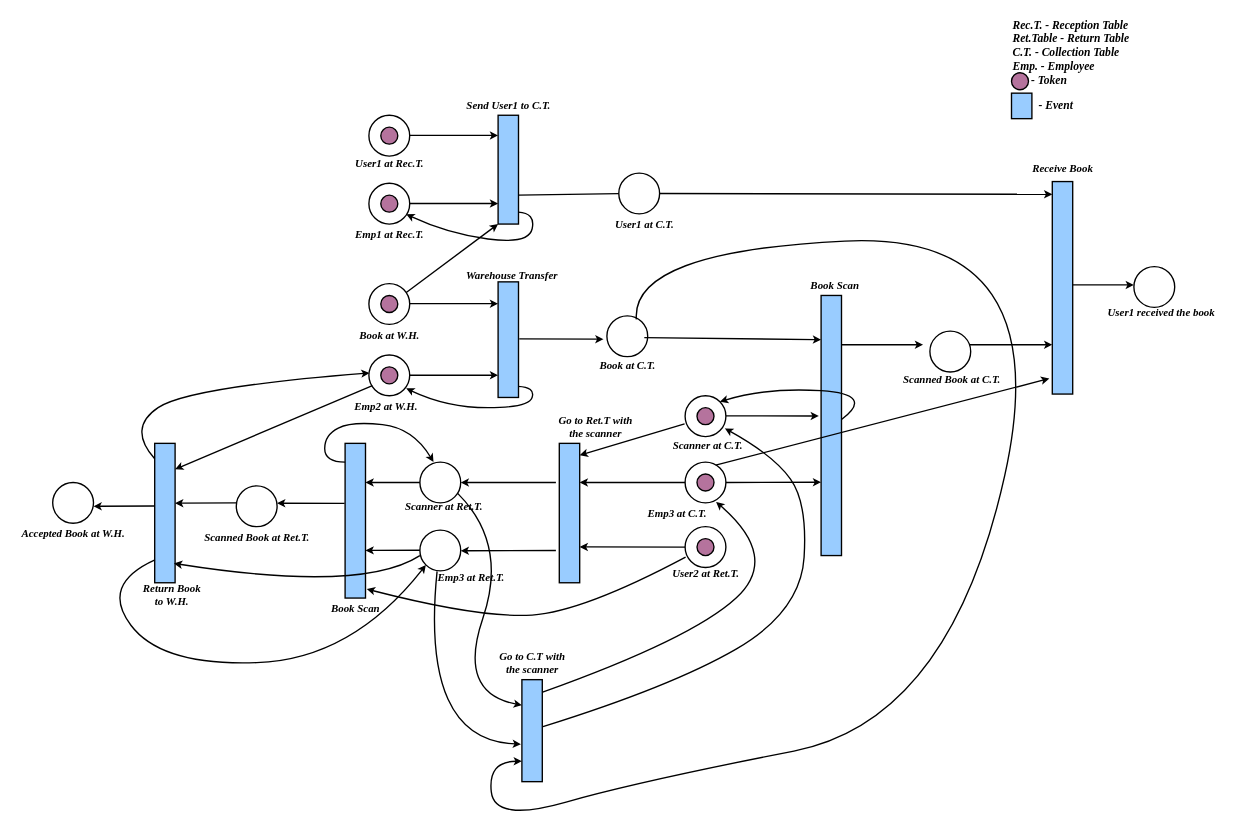
Above: embedded.drawio in Sachini007/Neural-Network-Architecture-Diagrams (draw.io), before the change. Source tidied: cells renumbered, new cells numbered last; positions are measured from the earlier drawing's top-left corner, leaving out a move shared by most shapes. Both pictures are drawn from the tidied source at 68%, with x=0, y=0 at pixel (12, 12).
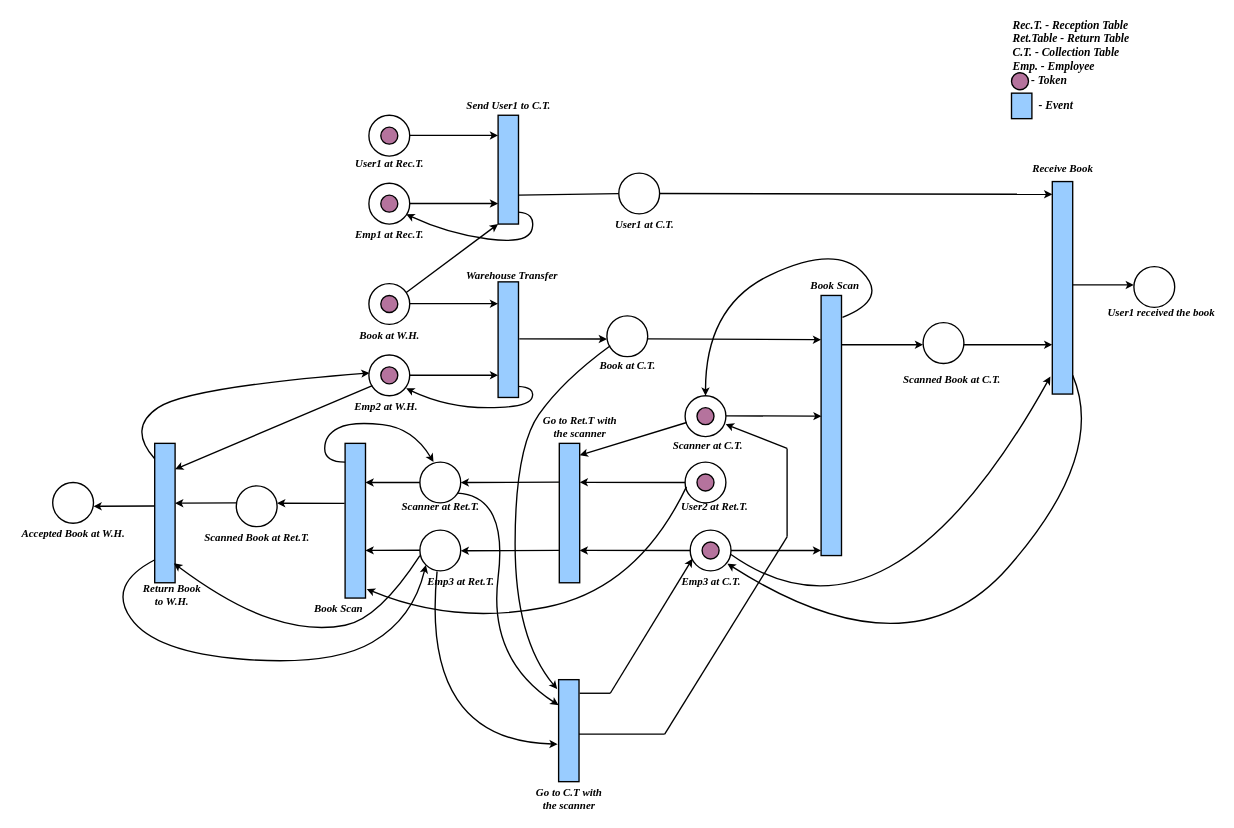
The same page after the edit.

The change refers to these unchanged cells:
```xml
<mxCell id="4" style="rounded=0;whiteSpace=wrap;html=1;fillColor=#99CCFF;fillStyle=solid;strokeWidth=2;" parent="1" vertex="1">
  <mxGeometry x="715" y="397" width="30" height="170" as="geometry" />
</mxCell>
<mxCell id="17" style="ellipse;whiteSpace=wrap;html=1;strokeWidth=2;" parent="1" vertex="1">
  <mxGeometry x="875" y="447" width="60" height="60" as="geometry" />
</mxCell>
<mxCell id="18" style="rounded=0;whiteSpace=wrap;html=1;fillColor=#99CCFF;fillStyle=solid;strokeWidth=2;" parent="1" vertex="1">
  <mxGeometry x="1530" y="249.5" width="30" height="312.5" as="geometry" />
</mxCell>
<mxCell id="24" style="rounded=0;whiteSpace=wrap;html=1;fillColor=#99CCFF;fillStyle=solid;strokeWidth=2;" parent="1" vertex="1">
  <mxGeometry x="1190" y="417" width="30" height="382.5" as="geometry" />
</mxCell>
<mxCell id="25" style="ellipse;whiteSpace=wrap;html=1;strokeWidth=2;" parent="1" vertex="1">
  <mxGeometry x="990" y="564.5" width="60" height="60" as="geometry" />
</mxCell>
<mxCell id="33" style="rounded=0;whiteSpace=wrap;html=1;fillColor=#99CCFF;fillStyle=solid;strokeWidth=2;" parent="1" vertex="1">
  <mxGeometry x="805" y="634.5" width="30" height="205" as="geometry" />
</mxCell>
<mxCell id="37" style="ellipse;whiteSpace=wrap;html=1;strokeWidth=2;" parent="1" vertex="1">
  <mxGeometry x="600" y="662" width="60" height="60" as="geometry" />
</mxCell>
<mxCell id="39" style="ellipse;whiteSpace=wrap;html=1;strokeWidth=2;" parent="1" vertex="1">
  <mxGeometry x="600" y="762" width="60" height="60" as="geometry" />
</mxCell>
<mxCell id="43" style="rounded=0;whiteSpace=wrap;html=1;fillColor=#99CCFF;fillStyle=solid;strokeWidth=2;" parent="1" vertex="1">
  <mxGeometry x="210" y="634.5" width="30" height="205" as="geometry" />
</mxCell>
<mxCell id="46" style="rounded=0;whiteSpace=wrap;html=1;fillColor=#99CCFF;fillStyle=solid;strokeWidth=2;" parent="1" vertex="1">
  <mxGeometry x="490" y="634.5" width="30" height="227.5" as="geometry" />
</mxCell>
```

Diff of the diagram source:
```diff
@@
-    <mxCell id="16" style="endArrow=classic;html=1;rounded=0;strokeWidth=2;exitX=1.038;exitY=0.493;exitDx=0;exitDy=0;exitPerimeter=0;" parent="1" edge="1" source="4">
-      <mxGeometry relative="1" as="geometry">
-        <mxPoint x="870" y="481.3" as="targetPoint" />
-      </mxGeometry>
+    <mxCell id="16" style="endArrow=classic;html=1;rounded=0;strokeWidth=2;exitX=1.038;exitY=0.493;exitDx=0;exitDy=0;exitPerimeter=0;entryX=0.001;entryY=0.568;entryDx=0;entryDy=0;entryPerimeter=0;" parent="1" edge="1" source="4" target="17">
+      <mxGeometry relative="1" as="geometry" />
     </mxCell>
@@
-    <mxCell id="19" style="endArrow=classic;html=1;rounded=0;entryX=0;entryY=0.17;entryDx=0;entryDy=0;entryPerimeter=0;strokeWidth=2;" parent="1" edge="1" target="24">
-      <mxGeometry relative="1" as="geometry">
-        <mxPoint x="930" y="479.1" as="sourcePoint" />
-      </mxGeometry>
+    <mxCell id="19" style="endArrow=classic;html=1;rounded=0;entryX=0;entryY=0.17;entryDx=0;entryDy=0;entryPerimeter=0;strokeWidth=2;exitX=1.003;exitY=0.565;exitDx=0;exitDy=0;exitPerimeter=0;" parent="1" edge="1" source="17" target="24">
+      <mxGeometry relative="1" as="geometry" />
     </mxCell>
@@
     <mxCell id="26" style="ellipse;whiteSpace=wrap;html=1;strokeWidth=2;" parent="1" vertex="1">
-      <mxGeometry x="990" y="662" width="60" height="60" as="geometry" />
+      <mxGeometry x="997.5" y="762" width="60" height="60" as="geometry" />
     </mxCell>
-    <mxCell id="27" style="endArrow=classic;html=1;rounded=0;entryX=-0.111;entryY=0.247;entryDx=0;entryDy=0;entryPerimeter=0;strokeWidth=2;" parent="1" edge="1">
+    <mxCell id="27" style="endArrow=classic;html=1;rounded=0;entryX=0.024;entryY=0.464;entryDx=0;entryDy=0;entryPerimeter=0;strokeWidth=2;" parent="1" edge="1" target="24">
       <mxGeometry relative="1" as="geometry">
         <mxPoint x="1050" y="594" as="sourcePoint" />
-        <mxPoint x="1186.7" y="594.2" as="targetPoint" />
       </mxGeometry>
     </mxCell>
-    <mxCell id="28" style="endArrow=classic;html=1;rounded=0;entryX=-0.111;entryY=0.247;entryDx=0;entryDy=0;entryPerimeter=0;exitX=1;exitY=0.5;exitDx=0;exitDy=0;strokeWidth=2;" parent="1" edge="1" source="26">
+    <mxCell id="28" style="endArrow=classic;html=1;rounded=0;exitX=1;exitY=0.5;exitDx=0;exitDy=0;strokeWidth=2;" parent="1" edge="1" source="26">
       <mxGeometry relative="1" as="geometry">
-        <mxPoint x="1190" y="691.7" as="targetPoint" />
+        <mxPoint x="1190" y="792" as="targetPoint" />
       </mxGeometry>
     </mxCell>
@@
     <mxCell id="30" style="ellipse;whiteSpace=wrap;html=1;fillColor=#B5739D;strokeWidth=2;" parent="1" vertex="1">
-      <mxGeometry x="1007.5" y="679.5" width="25" height="25" as="geometry" />
+      <mxGeometry x="1015" y="779.5" width="25" height="25" as="geometry" />
     </mxCell>
-    <mxCell id="31" style="endArrow=classic;html=1;rounded=0;strokeWidth=2;exitX=0;exitY=0.5;exitDx=0;exitDy=0;" parent="1" edge="1" source="26">
-      <mxGeometry relative="1" as="geometry">
-        <mxPoint x="835" y="692" as="targetPoint" />
-      </mxGeometry>
+    <mxCell id="31" style="endArrow=classic;html=1;rounded=0;strokeWidth=2;exitX=0;exitY=0.5;exitDx=0;exitDy=0;entryX=0.999;entryY=0.768;entryDx=0;entryDy=0;entryPerimeter=0;" parent="1" edge="1" source="26" target="33">
+      <mxGeometry relative="1" as="geometry" />
     </mxCell>
-    <mxCell id="32" style="endArrow=classic;html=1;rounded=0;strokeWidth=2;startArrow=none;exitX=-0.013;exitY=0.687;exitDx=0;exitDy=0;exitPerimeter=0;" parent="1" edge="1" source="25">
+    <mxCell id="32" style="endArrow=classic;html=1;rounded=0;strokeWidth=2;startArrow=none;exitX=0.038;exitY=0.655;exitDx=0;exitDy=0;exitPerimeter=0;" parent="1" edge="1" source="25">
       <mxGeometry relative="1" as="geometry">
         <mxPoint x="835" y="652" as="targetPoint" />
       </mxGeometry>
     </mxCell>
@@
     <mxCell id="34" style="ellipse;whiteSpace=wrap;html=1;strokeWidth=2;" parent="1" vertex="1">
-      <mxGeometry x="990" y="757" width="60" height="60" as="geometry" />
+      <mxGeometry x="990" y="662" width="60" height="60" as="geometry" />
     </mxCell>
     <mxCell id="35" style="ellipse;whiteSpace=wrap;html=1;fillColor=#B5739D;strokeWidth=2;" parent="1" vertex="1">
-      <mxGeometry x="1007.5" y="774.5" width="25" height="25" as="geometry" />
+      <mxGeometry x="1007.5" y="679.5" width="25" height="25" as="geometry" />
     </mxCell>
     <mxCell id="36" style="endArrow=classic;html=1;rounded=0;strokeWidth=2;exitX=0;exitY=0.5;exitDx=0;exitDy=0;" parent="1" edge="1" source="34">
       <mxGeometry relative="1" as="geometry">
-        <mxPoint x="835" y="786.8" as="targetPoint" />
+        <mxPoint x="835" y="691.8" as="targetPoint" />
       </mxGeometry>
     </mxCell>
@@
-    <mxCell id="38" style="endArrow=classic;html=1;rounded=0;strokeWidth=2;" parent="1" edge="1">
+    <mxCell id="38" style="endArrow=classic;html=1;rounded=0;strokeWidth=2;exitX=-0.016;exitY=0.278;exitDx=0;exitDy=0;exitPerimeter=0;" parent="1" edge="1" source="33">
       <mxGeometry relative="1" as="geometry">
-        <mxPoint x="800" y="692" as="sourcePoint" />
         <mxPoint x="660" y="692.1" as="targetPoint" />
       </mxGeometry>
     </mxCell>
@@
-    <mxCell id="40" style="endArrow=classic;html=1;rounded=0;strokeWidth=2;" parent="1" edge="1">
+    <mxCell id="40" style="endArrow=classic;html=1;rounded=0;strokeWidth=2;exitX=-0.018;exitY=0.768;exitDx=0;exitDy=0;exitPerimeter=0;" parent="1" edge="1" source="33">
       <mxGeometry relative="1" as="geometry">
-        <mxPoint x="800" y="792" as="sourcePoint" />
         <mxPoint x="660" y="792.5" as="targetPoint" />
       </mxGeometry>
     </mxCell>
@@
     <mxCell id="52" style="curved=1;endArrow=classic;html=1;rounded=0;exitX=0.92;exitY=0.761;exitDx=0;exitDy=0;exitPerimeter=0;entryX=0;entryY=0.25;entryDx=0;entryDy=0;strokeWidth=2;" parent="1" edge="1" source="37" target="53">
       <mxGeometry relative="1" as="geometry">
         <Array as="points">
-          <mxPoint x="730" y="782" />
-          <mxPoint x="655" y="1002" />
+          <mxPoint x="730" y="712" />
+          <mxPoint x="700" y="952" />
         </Array>
       </mxGeometry>
     </mxCell>
     <mxCell id="53" style="rounded=0;whiteSpace=wrap;html=1;fillColor=#99CCFF;fillStyle=solid;strokeWidth=2;" parent="1" vertex="1">
-      <mxGeometry x="750" y="982" width="30" height="150" as="geometry" />
+      <mxGeometry x="804" y="982" width="30" height="150" as="geometry" />
     </mxCell>
-    <mxCell id="54" style="curved=1;endArrow=classic;html=1;rounded=0;entryX=0.76;entryY=0.977;entryDx=0;entryDy=0;exitX=1.016;exitY=0.123;exitDx=0;exitDy=0;exitPerimeter=0;strokeWidth=2;entryPerimeter=0;" parent="1" edge="1" source="53" target="26">
-      <mxGeometry relative="1" as="geometry">
-        <Array as="points">
-          <mxPoint x="1000" y="922" />
-          <mxPoint x="1130" y="802" />
-        </Array>
-      </mxGeometry>
-    </mxCell>
-    <mxCell id="55" style="curved=1;endArrow=classic;html=1;rounded=0;exitX=1.033;exitY=0.46;exitDx=0;exitDy=0;exitPerimeter=0;strokeWidth=2;entryX=0.974;entryY=0.799;entryDx=0;entryDy=0;entryPerimeter=0;" parent="1" edge="1" source="53" target="25">
-      <mxGeometry relative="1" as="geometry">
-        <Array as="points">
-          <mxPoint x="970" y="992" />
-          <mxPoint x="1160" y="882" />
-          <mxPoint x="1170" y="722" />
-          <mxPoint x="1120" y="652" />
-        </Array>
-      </mxGeometry>
-    </mxCell>
@@
     <mxCell id="70" value="Emp3 at C.T." style="text;html=1;align=center;verticalAlign=middle;strokeColor=none;fillColor=none;fontFamily=Times New Roman;fontSize=16;fontStyle=3;strokeWidth=2;" parent="1" vertex="1">
-      <mxGeometry x="923" y="722" width="110" height="30" as="geometry" />
+      <mxGeometry x="972.5" y="822" width="110" height="30" as="geometry" />
     </mxCell>
     <mxCell id="71" value="User2 at Ret.T." style="text;html=1;align=center;verticalAlign=middle;points=[];strokeColor=none;fillColor=none;fontFamily=Times New Roman;fontSize=16;fontStyle=3;strokeWidth=2;" parent="1" vertex="1">
-      <mxGeometry x="960" y="809.5" width="120" height="30" as="geometry" />
+      <mxGeometry x="972.5" y="712" width="120" height="30" as="geometry" />
     </mxCell>
     <mxCell id="72" value="Book Scan" style="text;html=1;align=center;verticalAlign=middle;strokeColor=none;fillColor=none;fontFamily=Times New Roman;fontSize=16;fontStyle=3;strokeWidth=2;" parent="1" vertex="1">
-      <mxGeometry x="455" y="862" width="100" height="30" as="geometry" />
+      <mxGeometry x="430" y="862" width="100" height="30" as="geometry" />
     </mxCell>
@@
-    <mxCell id="75" style="curved=1;endArrow=classic;html=1;rounded=0;fontFamily=Times New Roman;fontSize=14;entryX=1.061;entryY=0.942;entryDx=0;entryDy=0;entryPerimeter=0;strokeWidth=2;exitX=0.256;exitY=-0.254;exitDx=0;exitDy=0;exitPerimeter=0;" parent="1" edge="1" source="71" target="46">
+    <mxCell id="75" style="curved=1;endArrow=classic;html=1;rounded=0;fontFamily=Times New Roman;fontSize=14;entryX=1.061;entryY=0.942;entryDx=0;entryDy=0;entryPerimeter=0;strokeWidth=2;exitX=0.032;exitY=0.608;exitDx=0;exitDy=0;exitPerimeter=0;" parent="1" edge="1" source="34" target="46">
       <mxGeometry relative="1" as="geometry">
         <Array as="points">
-          <mxPoint x="840" y="882" />
-          <mxPoint x="690" y="892" />
+          <mxPoint x="920" y="849" />
+          <mxPoint x="650" y="902" />
         </Array>
       </mxGeometry>
     </mxCell>
     <mxCell id="76" value="Emp3 at Ret.T." style="text;html=1;align=center;verticalAlign=middle;strokeColor=none;fillColor=none;fontFamily=Times New Roman;fontSize=16;fontStyle=3;strokeWidth=2;" parent="1" vertex="1">
-      <mxGeometry x="615" y="817" width="120" height="30" as="geometry" />
+      <mxGeometry x="600" y="822" width="120" height="30" as="geometry" />
     </mxCell>
     <mxCell id="77" value="Scanner at Ret.T." style="text;html=1;align=center;verticalAlign=middle;strokeColor=none;fillColor=none;fontFamily=Times New Roman;fontSize=16;fontStyle=3;strokeWidth=2;" parent="1" vertex="1">
-      <mxGeometry x="565" y="712" width="140" height="30" as="geometry" />
+      <mxGeometry x="560" y="712" width="140" height="30" as="geometry" />
     </mxCell>
@@
     <mxCell id="80" value="Go to C.T with &lt;br style=&quot;font-size: 16px;&quot;&gt;the scanner" style="text;html=1;align=center;verticalAlign=middle;strokeColor=none;fillColor=none;fontFamily=Times New Roman;fontSize=16;fontStyle=3;strokeWidth=2;" parent="1" vertex="1">
-      <mxGeometry x="705" y="932" width="120" height="50" as="geometry" />
+      <mxGeometry x="759" y="1132" width="120" height="50" as="geometry" />
     </mxCell>
@@
-    <mxCell id="88" style="curved=1;endArrow=classic;html=1;rounded=0;strokeWidth=2;exitX=0.723;exitY=0.087;exitDx=0;exitDy=0;exitPerimeter=0;" parent="1" edge="1" source="17">
-      <mxGeometry relative="1" as="geometry">
-        <mxPoint x="750" y="1102" as="targetPoint" />
-        <Array as="points">
-          <mxPoint x="910" y="352" />
-          <mxPoint x="1540" y="322" />
-          <mxPoint x="1380" y="1042" />
-          <mxPoint x="920" y="1132" />
-          <mxPoint x="710" y="1192" />
-          <mxPoint x="700" y="1102" />
-        </Array>
-      </mxGeometry>
-    </mxCell>
     <mxCell id="89" style="ellipse;whiteSpace=wrap;html=1;strokeWidth=2;" parent="1" vertex="1">
-      <mxGeometry x="1350" y="469.5" width="60" height="60" as="geometry" />
+      <mxGeometry x="1340" y="457" width="60" height="60" as="geometry" />
     </mxCell>
@@
-    <mxCell id="93" style="curved=1;endArrow=classic;html=1;rounded=0;strokeWidth=2;exitX=1;exitY=0.477;exitDx=0;exitDy=0;exitPerimeter=0;entryX=1;entryY=0;entryDx=0;entryDy=0;" parent="1" edge="1" source="24" target="25">
+    <mxCell id="93" style="curved=1;endArrow=classic;html=1;rounded=0;strokeWidth=2;exitX=1.048;exitY=0.084;exitDx=0;exitDy=0;exitPerimeter=0;entryX=0.5;entryY=0;entryDx=0;entryDy=0;" parent="1" edge="1" source="24" target="25">
       <mxGeometry relative="1" as="geometry">
         <Array as="points">
-          <mxPoint x="1270" y="562" />
-          <mxPoint x="1110" y="552" />
+          <mxPoint x="1290" y="422" />
+          <mxPoint x="1210" y="342" />
+          <mxPoint x="1020" y="432" />
         </Array>
       </mxGeometry>
     </mxCell>
@@
     <mxCell id="95" value="Go to Ret.T with &lt;br style=&quot;font-size: 16px;&quot;&gt;the scanner" style="text;html=1;align=center;verticalAlign=middle;strokeColor=none;fillColor=none;fontFamily=Times New Roman;fontSize=16;fontStyle=3;strokeWidth=2;" parent="1" vertex="1">
-      <mxGeometry x="793" y="584.5" width="130" height="50" as="geometry" />
+      <mxGeometry x="770" y="584.5" width="130" height="50" as="geometry" />
     </mxCell>
     <mxCell id="96" style="curved=1;endArrow=classic;html=1;rounded=0;fontFamily=Times New Roman;fontSize=14;entryX=0.944;entryY=0.861;entryDx=0;entryDy=0;entryPerimeter=0;strokeWidth=2;exitX=0.256;exitY=-0.254;exitDx=0;exitDy=0;exitPerimeter=0;" parent="1" edge="1" target="43">
       <mxGeometry relative="1" as="geometry">
         <mxPoint x="600" y="799.5" as="sourcePoint" />
         <Array as="points">
-          <mxPoint x="514.3" y="854.6" />
+          <mxPoint x="540" y="892" />
+          <mxPoint x="440" y="912" />
+          <mxPoint x="320" y="872" />
         </Array>
       </mxGeometry>
     </mxCell>
     <mxCell id="97" style="curved=1;endArrow=classic;html=1;rounded=0;strokeWidth=2;entryX=0;entryY=1;entryDx=0;entryDy=0;exitX=0.011;exitY=0.835;exitDx=0;exitDy=0;exitPerimeter=0;" parent="1" edge="1" source="43" target="39">
       <mxGeometry relative="1" as="geometry">
         <Array as="points">
-          <mxPoint x="130" y="842" />
-          <mxPoint x="220" y="962" />
-          <mxPoint x="500" y="952" />
+          <mxPoint x="140" y="842" />
+          <mxPoint x="210" y="942" />
+          <mxPoint x="470" y="962" />
+          <mxPoint x="590" y="892" />
         </Array>
       </mxGeometry>
     </mxCell>
-    <mxCell id="98" style="curved=1;endArrow=classic;html=1;rounded=0;strokeWidth=2;entryX=-0.148;entryY=0.927;entryDx=0;entryDy=0;entryPerimeter=0;exitX=0.75;exitY=0.075;exitDx=0;exitDy=0;exitPerimeter=0;" parent="1" edge="1" source="26" target="18">
-      <mxGeometry relative="1" as="geometry" />
+    <mxCell id="98" style="curved=1;endArrow=classic;html=1;rounded=0;strokeWidth=2;entryX=-0.094;entryY=0.917;entryDx=0;entryDy=0;entryPerimeter=0;exitX=1;exitY=0.599;exitDx=0;exitDy=0;exitPerimeter=0;" parent="1" edge="1" source="26" target="18">
+      <mxGeometry relative="1" as="geometry">
+        <Array as="points">
+          <mxPoint x="1290" y="962" />
+        </Array>
+      </mxGeometry>
     </mxCell>
+    <mxCell id="99" style="curved=1;endArrow=classic;html=1;rounded=0;strokeWidth=2;entryX=0.912;entryY=0.823;entryDx=0;entryDy=0;entryPerimeter=0;" parent="1" edge="1" target="26">
+      <mxGeometry relative="1" as="geometry">
+        <mxPoint x="1560" y="534.5" as="sourcePoint" />
+        <Array as="points">
+          <mxPoint x="1610" y="652" />
+          <mxPoint x="1320" y="982" />
+        </Array>
+      </mxGeometry>
+    </mxCell>
+    <mxCell id="100" style="endArrow=classic;html=1;rounded=0;strokeWidth=2;entryX=0.055;entryY=0.705;entryDx=0;entryDy=0;entryPerimeter=0;" parent="1" edge="1" target="26">
+      <mxGeometry relative="1" as="geometry">
+        <mxPoint x="880" y="1002" as="sourcePoint" />
+      </mxGeometry>
+    </mxCell>
+    <mxCell id="101" style="curved=1;endArrow=classic;html=1;rounded=0;strokeWidth=2;exitX=0.083;exitY=0.733;exitDx=0;exitDy=0;exitPerimeter=0;entryX=-0.067;entryY=0.093;entryDx=0;entryDy=0;entryPerimeter=0;" parent="1" edge="1" source="17" target="53">
+      <mxGeometry relative="1" as="geometry">
+        <Array as="points">
+          <mxPoint x="810" y="542" />
+          <mxPoint x="740" y="642" />
+          <mxPoint x="740" y="922" />
+        </Array>
+      </mxGeometry>
+    </mxCell>
+    <mxCell id="102" style="endArrow=none;html=1;rounded=0;strokeWidth=2;" parent="1" edge="1">
+      <mxGeometry relative="1" as="geometry">
+        <mxPoint x="835" y="1002" as="sourcePoint" />
+        <mxPoint x="880" y="1002" as="targetPoint" />
+      </mxGeometry>
+    </mxCell>
+    <mxCell id="103" style="endArrow=classic;html=1;rounded=0;strokeWidth=2;entryX=0.995;entryY=0.697;entryDx=0;entryDy=0;entryPerimeter=0;" parent="1" edge="1" target="25">
+      <mxGeometry relative="1" as="geometry">
+        <mxPoint x="1140" y="642" as="sourcePoint" />
+      </mxGeometry>
+    </mxCell>
+    <mxCell id="104" style="endArrow=none;html=1;rounded=0;strokeWidth=2;" parent="1" edge="1">
+      <mxGeometry relative="1" as="geometry">
+        <mxPoint x="834" y="1062" as="sourcePoint" />
+        <mxPoint x="960" y="1062" as="targetPoint" />
+      </mxGeometry>
+    </mxCell>
+    <mxCell id="105" style="endArrow=none;html=1;rounded=0;strokeWidth=2;" parent="1" edge="1">
+      <mxGeometry relative="1" as="geometry">
+        <mxPoint x="960" y="1062" as="sourcePoint" />
+        <mxPoint x="1140" y="772" as="targetPoint" />
+      </mxGeometry>
+    </mxCell>
+    <mxCell id="106" style="endArrow=none;html=1;rounded=0;strokeWidth=2;" parent="1" edge="1">
+      <mxGeometry relative="1" as="geometry">
+        <mxPoint x="1140" y="772" as="sourcePoint" />
+        <mxPoint x="1140" y="642" as="targetPoint" />
+      </mxGeometry>
+    </mxCell>
```
